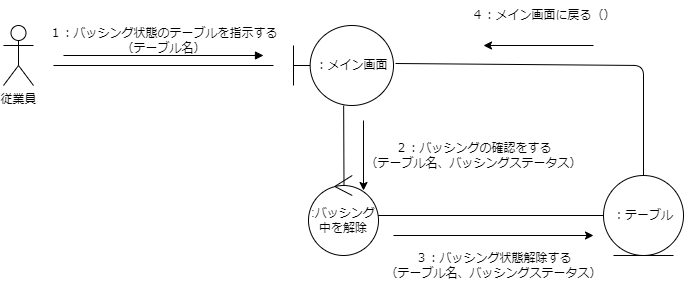
Before: psp4/コミュニケーション図/コミュニケーション図_バッシング.drawio.png, a diagram exported from draw.io (MasakiHiguchi/---). Source tidied: cells renumbered, new cells last; positions are measured from the earlier drawing's top-left corner, leaving out a move shared by most shapes.
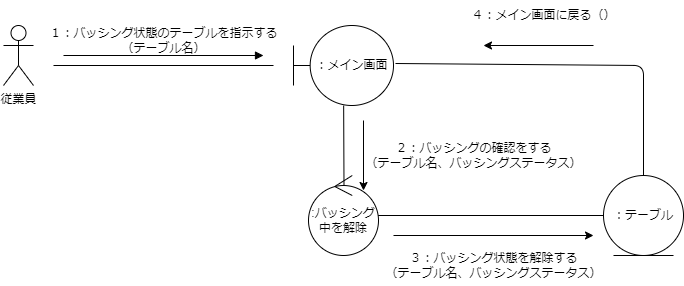
Later version of the same file.

Change to the diagram source:
```diff
@@ -45,7 +45,7 @@
     <mxCell id="12" value="２：バッシングの確認をする&lt;br&gt;（テーブル名、バッシングステータス）" style="text;html=1;align=center;verticalAlign=middle;strokeColor=none;fillColor=none;" parent="1" vertex="1">
       <mxGeometry x="350" y="135" width="240" height="40" as="geometry" />
     </mxCell>
-    <mxCell id="13" value="３：バッシング状態解除する&lt;br&gt;（テーブル名、バッシングステータス）" style="text;html=1;align=center;verticalAlign=middle;strokeColor=none;fillColor=none;" parent="1" vertex="1">
+    <mxCell id="13" value="３：バッシング状態を解除する&lt;br&gt;（テーブル名、バッシングステータス）" style="text;html=1;align=center;verticalAlign=middle;strokeColor=none;fillColor=none;" parent="1" vertex="1">
       <mxGeometry x="370" y="245" width="240" height="40" as="geometry" />
     </mxCell>
     <mxCell id="14" style="endArrow=classic;html=1;" parent="1" edge="1">
```
